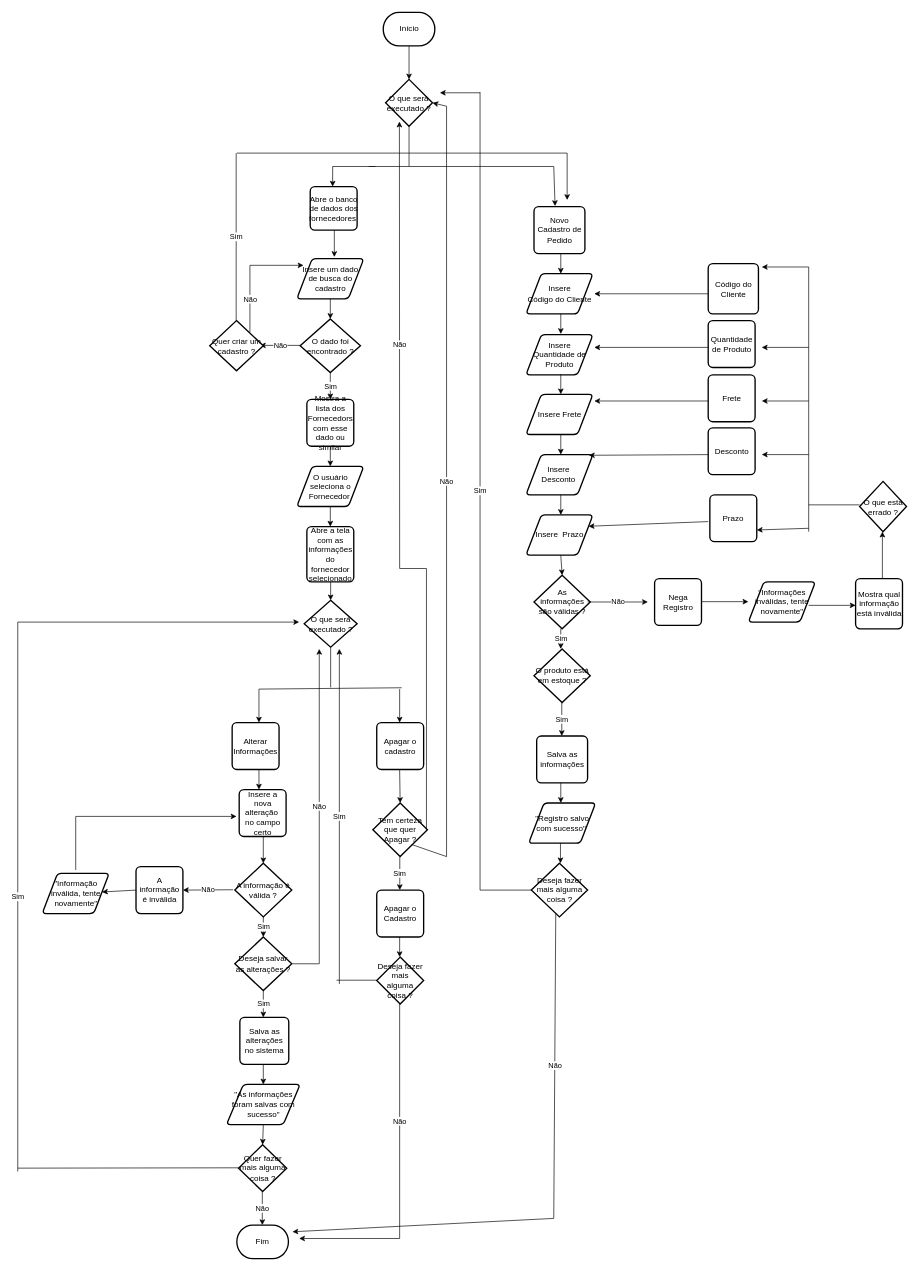
GuilhermeIgarashi7/avatar-Fluxograma keeps this draw.io diagram as page "Cadastro-de-Pedido" (10 of 13) of DOC/Fluxograma.drawio. Above is the earlier version. Source tidied: cells renumbered, new cells numbered last; positions are measured from the earlier drawing's top-left corner, leaving out a move shared by most shapes. Both pictures are drawn from the tidied source at 67%, with x=0, y=0 at pixel (17, 12).
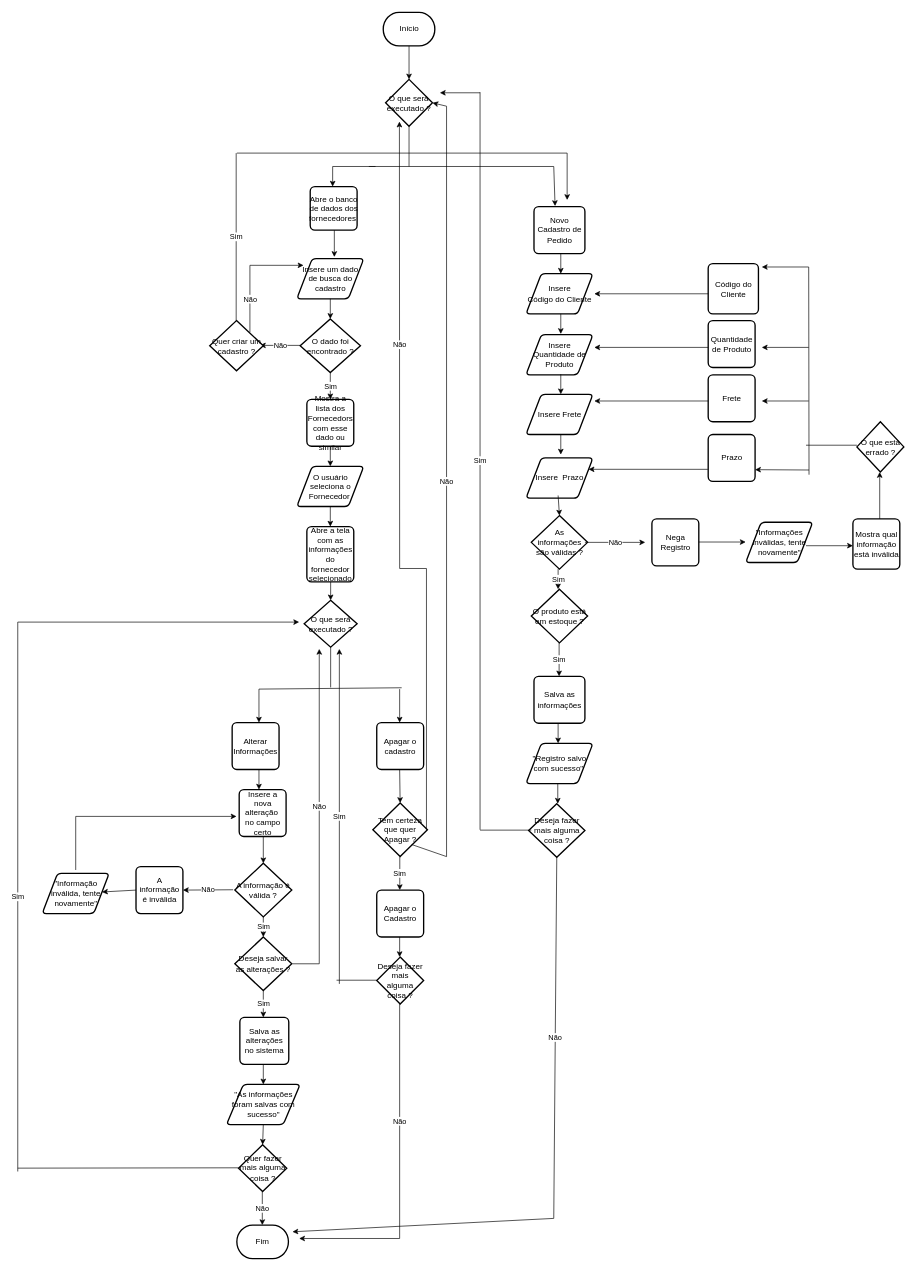
After the change.

Diff of the diagram source:
```diff
@@
-    <mxCell id="10" value="Insere&amp;nbsp;&lt;div&gt;Desconto&amp;nbsp;&lt;/div&gt;" style="shape=parallelogram;html=1;strokeWidth=2;perimeter=parallelogramPerimeter;whiteSpace=wrap;rounded=1;arcSize=12;size=0.23;" parent="1" vertex="1">
-      <mxGeometry x="758.5" y="660" width="100" height="60" as="geometry" />
-    </mxCell>
-    <mxCell id="11" value="Desconto" style="rounded=1;whiteSpace=wrap;html=1;absoluteArcSize=1;arcSize=14;strokeWidth=2;" parent="1" vertex="1">
-      <mxGeometry x="1030.5" y="620" width="70" height="70" as="geometry" />
-    </mxCell>
-    <mxCell id="12" style="endArrow=classic;html=1;rounded=0;entryX=0.94;entryY=0.017;entryDx=0;entryDy=0;entryPerimeter=0;" parent="1" edge="1" target="10">
-      <mxGeometry relative="1" as="geometry">
-        <mxPoint x="1030.5" y="660" as="sourcePoint" />
-      </mxGeometry>
-    </mxCell>
@@
-    <mxCell id="19" style="endArrow=classic;html=1;rounded=0;" parent="1" edge="1">
-      <mxGeometry relative="1" as="geometry">
-        <mxPoint x="810.5" y="720" as="sourcePoint" />
-        <mxPoint x="810.5" y="750" as="targetPoint" />
-      </mxGeometry>
-    </mxCell>
     <mxCell id="20" value="Insere&amp;nbsp; Prazo" style="shape=parallelogram;html=1;strokeWidth=2;perimeter=parallelogramPerimeter;whiteSpace=wrap;rounded=1;arcSize=12;size=0.23;" parent="1" vertex="1">
-      <mxGeometry x="758.5" y="750" width="100" height="60" as="geometry" />
+      <mxGeometry x="758.5" y="665" width="100" height="60" as="geometry" />
     </mxCell>
     <mxCell id="21" value="Prazo" style="rounded=1;whiteSpace=wrap;html=1;absoluteArcSize=1;arcSize=14;strokeWidth=2;" parent="1" vertex="1">
-      <mxGeometry x="1033" y="720" width="70" height="70" as="geometry" />
+      <mxGeometry x="1030.5" y="630" width="70" height="70" as="geometry" />
     </mxCell>
     <mxCell id="22" style="endArrow=classic;html=1;rounded=0;entryX=1;entryY=0.25;entryDx=0;entryDy=0;" parent="1" edge="1" target="20">
       <mxGeometry relative="1" as="geometry">
-        <mxPoint x="1030.5" y="760" as="sourcePoint" />
+        <mxPoint x="1030" y="682" as="sourcePoint" />
       </mxGeometry>
     </mxCell>
     <mxCell id="23" value="As informações são válidas ?" style="strokeWidth=2;html=1;shape=mxgraph.flowchart.decision;whiteSpace=wrap;" parent="1" vertex="1">
-      <mxGeometry x="770.5" y="840" width="84" height="80" as="geometry" />
+      <mxGeometry x="766.5" y="751" width="84" height="80" as="geometry" />
     </mxCell>
     <mxCell id="24" value="Não" style="endArrow=classic;html=1;rounded=0;entryX=0;entryY=0.5;entryDx=0;entryDy=0;entryPerimeter=0;" parent="1" edge="1">
       <mxGeometry relative="1" as="geometry">
-        <mxPoint x="850.5" y="880" as="sourcePoint" />
-        <mxPoint x="940.5" y="880" as="targetPoint" />
+        <mxPoint x="846.5" y="791" as="sourcePoint" />
+        <mxPoint x="936.5" y="791" as="targetPoint" />
       </mxGeometry>
     </mxCell>
     <mxCell id="25" value="Nega Registro" style="rounded=1;whiteSpace=wrap;html=1;absoluteArcSize=1;arcSize=14;strokeWidth=2;" parent="1" vertex="1">
-      <mxGeometry x="950.5" y="845" width="70" height="70" as="geometry" />
+      <mxGeometry x="946.5" y="756" width="70" height="70" as="geometry" />
     </mxCell>
     <mxCell id="26" style="endArrow=classic;html=1;rounded=0;" parent="1" edge="1">
       <mxGeometry relative="1" as="geometry">
-        <mxPoint x="1020.5" y="879.5" as="sourcePoint" />
-        <mxPoint x="1090.5" y="879.5" as="targetPoint" />
+        <mxPoint x="1016.5" y="790.5" as="sourcePoint" />
+        <mxPoint x="1086.5" y="790.5" as="targetPoint" />
       </mxGeometry>
     </mxCell>
     <mxCell id="27" value="&quot;Informações inválidas, tente novamente&quot;" style="shape=parallelogram;html=1;strokeWidth=2;perimeter=parallelogramPerimeter;whiteSpace=wrap;rounded=1;arcSize=12;size=0.23;" parent="1" vertex="1">
-      <mxGeometry x="1090.5" y="850" width="100" height="60" as="geometry" />
+      <mxGeometry x="1086.5" y="761" width="100" height="60" as="geometry" />
     </mxCell>
     <mxCell id="28" style="endArrow=classic;html=1;rounded=0;" parent="1" edge="1">
       <mxGeometry relative="1" as="geometry">
-        <mxPoint x="1180.5" y="885" as="sourcePoint" />
-        <mxPoint x="1250.5" y="885" as="targetPoint" />
+        <mxPoint x="1176.5" y="796" as="sourcePoint" />
+        <mxPoint x="1246.5" y="796" as="targetPoint" />
       </mxGeometry>
     </mxCell>
     <mxCell id="29" value="Mostra qual informação está inválida" style="rounded=1;whiteSpace=wrap;html=1;absoluteArcSize=1;arcSize=14;strokeWidth=2;" parent="1" vertex="1">
-      <mxGeometry x="1250.5" y="845" width="70" height="75" as="geometry" />
+      <mxGeometry x="1246.5" y="756" width="70" height="75" as="geometry" />
     </mxCell>
     <mxCell id="30" value="Sim" style="endArrow=classic;html=1;rounded=0;" parent="1" edge="1">
       <mxGeometry relative="1" as="geometry">
-        <mxPoint x="810.5" y="920" as="sourcePoint" />
-        <mxPoint x="810.5" y="950" as="targetPoint" />
+        <mxPoint x="806.5" y="831" as="sourcePoint" />
+        <mxPoint x="806.5" y="861" as="targetPoint" />
       </mxGeometry>
     </mxCell>
     <mxCell id="31" value="Salva as informações" style="rounded=1;whiteSpace=wrap;html=1;absoluteArcSize=1;arcSize=14;strokeWidth=2;" parent="1" vertex="1">
-      <mxGeometry x="774.5" y="1080" width="76" height="70" as="geometry" />
+      <mxGeometry x="770.5" y="991" width="76" height="70" as="geometry" />
     </mxCell>
     <mxCell id="32" style="endArrow=classic;html=1;rounded=0;" parent="1" edge="1">
       <mxGeometry relative="1" as="geometry">
-        <mxPoint x="810.5" y="1150" as="sourcePoint" />
-        <mxPoint x="810.5" y="1180" as="targetPoint" />
+        <mxPoint x="806.5" y="1061" as="sourcePoint" />
+        <mxPoint x="806.5" y="1091" as="targetPoint" />
       </mxGeometry>
     </mxCell>
     <mxCell id="33" style="endArrow=classic;html=1;rounded=0;entryX=0.5;entryY=0;entryDx=0;entryDy=0;entryPerimeter=0;" parent="1" edge="1" target="23">
       <mxGeometry relative="1" as="geometry">
-        <mxPoint x="810.5" y="810" as="sourcePoint" />
+        <mxPoint x="806.5" y="721" as="sourcePoint" />
       </mxGeometry>
     </mxCell>
     <mxCell id="34" style="endArrow=classic;html=1;rounded=0;" parent="1" edge="1">
       <mxGeometry relative="1" as="geometry">
-        <mxPoint x="1290.5" y="845" as="sourcePoint" />
-        <mxPoint x="1290.5" y="775" as="targetPoint" />
+        <mxPoint x="1286.5" y="756" as="sourcePoint" />
+        <mxPoint x="1286.5" y="686" as="targetPoint" />
       </mxGeometry>
     </mxCell>
     <mxCell id="35" value="O que está errado ?" style="strokeWidth=2;html=1;shape=mxgraph.flowchart.decision;whiteSpace=wrap;" parent="1" vertex="1">
-      <mxGeometry x="1256.5" y="700" width="70" height="75" as="geometry" />
+      <mxGeometry x="1252.5" y="611" width="70" height="75" as="geometry" />
     </mxCell>
     <mxCell id="36" style="endArrow=none;html=1;rounded=0;" parent="1" edge="1">
       <mxGeometry relative="1" as="geometry">
-        <mxPoint x="1180.5" y="735" as="sourcePoint" />
-        <mxPoint x="1256.5" y="735" as="targetPoint" />
+        <mxPoint x="1176.5" y="646" as="sourcePoint" />
+        <mxPoint x="1252.5" y="646" as="targetPoint" />
       </mxGeometry>
     </mxCell>
     <mxCell id="37" style="endArrow=none;html=1;rounded=0;" parent="1" edge="1">
       <mxGeometry relative="1" as="geometry">
-        <mxPoint x="1180.5" y="775" as="sourcePoint" />
+        <mxPoint x="1181" y="690" as="sourcePoint" />
         <mxPoint x="1180.5" y="380" as="targetPoint" />
       </mxGeometry>
     </mxCell>
@@
-    <mxCell id="41" style="endArrow=classic;html=1;rounded=0;" parent="1" edge="1">
-      <mxGeometry relative="1" as="geometry">
-        <mxPoint x="1180.5" y="660" as="sourcePoint" />
-        <mxPoint x="1110.5" y="660" as="targetPoint" />
-      </mxGeometry>
-    </mxCell>
     <mxCell id="42" style="endArrow=classic;html=1;rounded=0;entryX=1;entryY=0.75;entryDx=0;entryDy=0;" parent="1" edge="1" target="21">
       <mxGeometry relative="1" as="geometry">
-        <mxPoint x="1180.5" y="770" as="sourcePoint" />
+        <mxPoint x="1181" y="683" as="sourcePoint" />
       </mxGeometry>
     </mxCell>
     <mxCell id="43" value="&quot;Registro salvo com sucesso&quot;&amp;nbsp;" style="shape=parallelogram;html=1;strokeWidth=2;perimeter=parallelogramPerimeter;whiteSpace=wrap;rounded=1;arcSize=12;size=0.23;" parent="1" vertex="1">
-      <mxGeometry x="762.5" y="1180" width="100" height="60" as="geometry" />
+      <mxGeometry x="758.5" y="1091" width="100" height="60" as="geometry" />
     </mxCell>
     <mxCell id="44" value="O produto está em estoque ?" style="strokeWidth=2;html=1;shape=mxgraph.flowchart.decision;whiteSpace=wrap;" parent="1" vertex="1">
-      <mxGeometry x="770.5" y="950" width="84" height="80" as="geometry" />
+      <mxGeometry x="766.5" y="861" width="84" height="80" as="geometry" />
     </mxCell>
     <mxCell id="45" value="Sim" style="endArrow=classic;html=1;rounded=0;" parent="1" edge="1">
       <mxGeometry relative="1" as="geometry">
-        <mxPoint x="812" y="1030" as="sourcePoint" />
-        <mxPoint x="812" y="1080" as="targetPoint" />
+        <mxPoint x="808" y="941" as="sourcePoint" />
+        <mxPoint x="808" y="991" as="targetPoint" />
       </mxGeometry>
     </mxCell>
@@
     <mxCell id="120" value="Deseja fazer mais alguma coisa ?" style="strokeWidth=2;html=1;shape=mxgraph.flowchart.decision;whiteSpace=wrap;" parent="1" vertex="1">
-      <mxGeometry x="766.5" y="1270" width="84" height="80" as="geometry" />
+      <mxGeometry x="762.5" y="1181" width="84" height="80" as="geometry" />
     </mxCell>
     <mxCell id="121" style="endArrow=classic;html=1;rounded=0;" parent="1" edge="1">
       <mxGeometry relative="1" as="geometry">
-        <mxPoint x="810" y="1240" as="sourcePoint" />
-        <mxPoint x="810" y="1270" as="targetPoint" />
+        <mxPoint x="806" y="1151" as="sourcePoint" />
+        <mxPoint x="806" y="1181" as="targetPoint" />
       </mxGeometry>
     </mxCell>
-    <mxCell id="122" value="Não" style="endArrow=none;html=1;rounded=0;" parent="1" edge="1">
+    <mxCell id="122" value="Não" style="endArrow=none;html=1;rounded=0;entryX=0.5;entryY=1;entryDx=0;entryDy=0;entryPerimeter=0;" parent="1" edge="1" target="120">
       <mxGeometry relative="1" as="geometry">
         <mxPoint x="800" y="1800" as="sourcePoint" />
-        <mxPoint x="803" y="1345" as="targetPoint" />
       </mxGeometry>
     </mxCell>
@@
     <mxCell id="124" style="endArrow=none;html=1;rounded=0;" parent="1" edge="1">
       <mxGeometry relative="1" as="geometry">
-        <mxPoint x="690" y="1310" as="sourcePoint" />
-        <mxPoint x="766.5" y="1310" as="targetPoint" />
+        <mxPoint x="690" y="1220.5" as="sourcePoint" />
+        <mxPoint x="766.5" y="1220.5" as="targetPoint" />
       </mxGeometry>
     </mxCell>
     <mxCell id="125" value="Sim" style="endArrow=none;html=1;rounded=0;" parent="1" edge="1">
       <mxGeometry relative="1" as="geometry">
-        <mxPoint x="690" y="1310" as="sourcePoint" />
+        <mxPoint x="690" y="1220" as="sourcePoint" />
         <mxPoint x="690" y="119" as="targetPoint" />
       </mxGeometry>
     </mxCell>
```
